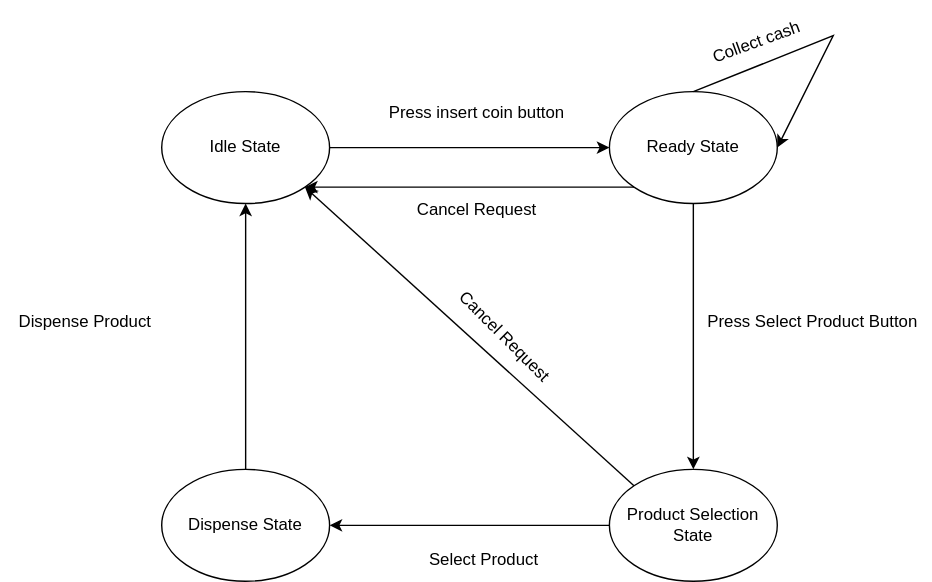
The draw.io diagram src/main/java/lld/vendingmachine/flowchart.drawio.svg in chetansj27/design-patterns-code, before a commit. Source tidied: cells renumbered, new cells last; positions are measured from the earlier drawing's top-left corner, leaving out a move shared by most shapes. Its diagram source:
```xml
<mxGraphModel>
  <root>
    <mxCell id="0" />
    <mxCell id="1" parent="0" />
    <mxCell id="2" value="Idle State" style="ellipse;whiteSpace=wrap;html=1;" parent="1" vertex="1">
      <mxGeometry x="115" y="50" width="120" height="80" as="geometry" />
    </mxCell>
    <mxCell id="3" value="Ready State" style="ellipse;whiteSpace=wrap;html=1;" parent="1" vertex="1">
      <mxGeometry x="435" y="50" width="120" height="80" as="geometry" />
    </mxCell>
    <mxCell id="4" value="Dispense State" style="ellipse;whiteSpace=wrap;html=1;" parent="1" vertex="1">
      <mxGeometry x="115" y="320" width="120" height="80" as="geometry" />
    </mxCell>
    <mxCell id="5" value="Product Selection State" style="ellipse;whiteSpace=wrap;html=1;" parent="1" vertex="1">
      <mxGeometry x="435" y="320" width="120" height="80" as="geometry" />
    </mxCell>
    <mxCell id="6" style="endArrow=classic;html=1;rounded=0;exitX=1;exitY=0.5;exitDx=0;exitDy=0;entryX=0;entryY=0.5;entryDx=0;entryDy=0;" parent="1" edge="1" source="2" target="3">
      <mxGeometry relative="1" as="geometry" />
    </mxCell>
    <mxCell id="7" style="endArrow=classic;html=1;rounded=0;exitX=0;exitY=0.5;exitDx=0;exitDy=0;entryX=1;entryY=0.5;entryDx=0;entryDy=0;" parent="1" edge="1" source="5" target="4">
      <mxGeometry relative="1" as="geometry" />
    </mxCell>
    <mxCell id="8" style="endArrow=classic;html=1;rounded=0;exitX=0.5;exitY=1;exitDx=0;exitDy=0;entryX=0.5;entryY=0;entryDx=0;entryDy=0;" parent="1" edge="1" source="3" target="5">
      <mxGeometry relative="1" as="geometry" />
    </mxCell>
    <mxCell id="9" style="endArrow=classic;html=1;rounded=0;exitX=0.5;exitY=0;exitDx=0;exitDy=0;entryX=0.5;entryY=1;entryDx=0;entryDy=0;" parent="1" edge="1" source="4" target="2">
      <mxGeometry relative="1" as="geometry" />
    </mxCell>
    <mxCell id="10" value="Press insert coin button" style="text;html=1;align=center;verticalAlign=middle;strokeColor=none;fillColor=none;" parent="1" vertex="1">
      <mxGeometry x="265" y="50" width="150" height="30" as="geometry" />
    </mxCell>
    <mxCell id="11" style="endArrow=classic;html=1;rounded=0;entryX=1;entryY=1;entryDx=0;entryDy=0;exitX=0;exitY=1;exitDx=0;exitDy=0;" parent="1" edge="1" source="3" target="2">
      <mxGeometry relative="1" as="geometry" />
    </mxCell>
    <mxCell id="12" value="Cancel Request" style="text;html=1;align=center;verticalAlign=middle;strokeColor=none;fillColor=none;" parent="1" vertex="1">
      <mxGeometry x="285" y="120" width="110" height="30" as="geometry" />
    </mxCell>
    <mxCell id="13" style="endArrow=classic;html=1;rounded=0;exitX=0.5;exitY=0;exitDx=0;exitDy=0;entryX=1;entryY=0.5;entryDx=0;entryDy=0;" parent="1" edge="1" source="3" target="3">
      <mxGeometry relative="1" as="geometry">
        <Array as="points">
          <mxPoint x="595" y="10" />
        </Array>
      </mxGeometry>
    </mxCell>
    <mxCell id="14" value="Collect cash" style="text;html=1;align=center;verticalAlign=middle;strokeColor=none;fillColor=none;rotation=-20;" parent="1" vertex="1">
      <mxGeometry x="495" width="90" height="30" as="geometry" />
    </mxCell>
    <mxCell id="15" value="Press Select Product Button" style="text;html=1;align=center;verticalAlign=middle;strokeColor=none;fillColor=none;" parent="1" vertex="1">
      <mxGeometry x="495" y="200" width="170" height="30" as="geometry" />
    </mxCell>
    <mxCell id="16" style="endArrow=classic;html=1;rounded=0;exitX=0;exitY=0;exitDx=0;exitDy=0;entryX=1;entryY=1;entryDx=0;entryDy=0;" parent="1" edge="1" source="5" target="2">
      <mxGeometry relative="1" as="geometry" />
    </mxCell>
    <mxCell id="17" value="Cancel Request" style="text;html=1;align=center;verticalAlign=middle;strokeColor=none;fillColor=none;rotation=45;" parent="1" vertex="1">
      <mxGeometry x="305" y="210" width="110" height="30" as="geometry" />
    </mxCell>
    <mxCell id="18" value="Select Product" style="text;html=1;align=center;verticalAlign=middle;strokeColor=none;fillColor=none;" parent="1" vertex="1">
      <mxGeometry x="295" y="370" width="100" height="30" as="geometry" />
    </mxCell>
    <mxCell id="19" value="Dispense Product" style="text;html=1;align=center;verticalAlign=middle;strokeColor=none;fillColor=none;" parent="1" vertex="1">
      <mxGeometry y="200" width="120" height="30" as="geometry" />
    </mxCell>
  </root>
</mxGraphModel>
```
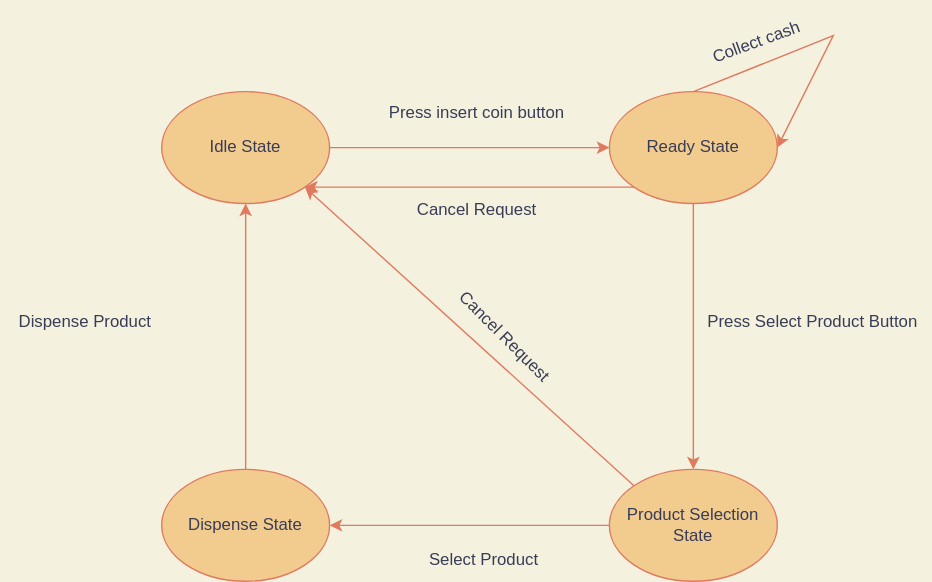
The same file after the commit.

Commit message:
vending machine

Diff of the diagram source:
```diff
@@ -1,63 +1,63 @@
-<mxGraphModel>
+<mxGraphModel background="#F4F1DE">
   <root>
     <mxCell id="0" />
     <mxCell id="1" parent="0" />
-    <mxCell id="2" value="Idle State" style="ellipse;whiteSpace=wrap;html=1;" parent="1" vertex="1">
+    <mxCell id="2" value="Idle State" style="ellipse;whiteSpace=wrap;html=1;fillColor=#F2CC8F;strokeColor=#E07A5F;fontColor=#393C56;" parent="1" vertex="1">
       <mxGeometry x="115" y="50" width="120" height="80" as="geometry" />
     </mxCell>
-    <mxCell id="3" value="Ready State" style="ellipse;whiteSpace=wrap;html=1;" parent="1" vertex="1">
+    <mxCell id="3" value="Ready State" style="ellipse;whiteSpace=wrap;html=1;fillColor=#F2CC8F;strokeColor=#E07A5F;fontColor=#393C56;" parent="1" vertex="1">
       <mxGeometry x="435" y="50" width="120" height="80" as="geometry" />
     </mxCell>
-    <mxCell id="4" value="Dispense State" style="ellipse;whiteSpace=wrap;html=1;" parent="1" vertex="1">
+    <mxCell id="4" value="Dispense State" style="ellipse;whiteSpace=wrap;html=1;fillColor=#F2CC8F;strokeColor=#E07A5F;fontColor=#393C56;" parent="1" vertex="1">
       <mxGeometry x="115" y="320" width="120" height="80" as="geometry" />
     </mxCell>
-    <mxCell id="5" value="Product Selection State" style="ellipse;whiteSpace=wrap;html=1;" parent="1" vertex="1">
+    <mxCell id="5" value="Product Selection State" style="ellipse;whiteSpace=wrap;html=1;fillColor=#F2CC8F;strokeColor=#E07A5F;fontColor=#393C56;" parent="1" vertex="1">
       <mxGeometry x="435" y="320" width="120" height="80" as="geometry" />
     </mxCell>
-    <mxCell id="6" style="endArrow=classic;html=1;rounded=0;exitX=1;exitY=0.5;exitDx=0;exitDy=0;entryX=0;entryY=0.5;entryDx=0;entryDy=0;" parent="1" edge="1" source="2" target="3">
+    <mxCell id="6" style="endArrow=classic;html=1;rounded=0;exitX=1;exitY=0.5;exitDx=0;exitDy=0;entryX=0;entryY=0.5;entryDx=0;entryDy=0;labelBackgroundColor=#F4F1DE;strokeColor=#E07A5F;fontColor=#393C56;" parent="1" edge="1" source="2" target="3">
       <mxGeometry relative="1" as="geometry" />
     </mxCell>
-    <mxCell id="7" style="endArrow=classic;html=1;rounded=0;exitX=0;exitY=0.5;exitDx=0;exitDy=0;entryX=1;entryY=0.5;entryDx=0;entryDy=0;" parent="1" edge="1" source="5" target="4">
+    <mxCell id="7" style="endArrow=classic;html=1;rounded=0;exitX=0;exitY=0.5;exitDx=0;exitDy=0;entryX=1;entryY=0.5;entryDx=0;entryDy=0;labelBackgroundColor=#F4F1DE;strokeColor=#E07A5F;fontColor=#393C56;" parent="1" edge="1" source="5" target="4">
       <mxGeometry relative="1" as="geometry" />
     </mxCell>
-    <mxCell id="8" style="endArrow=classic;html=1;rounded=0;exitX=0.5;exitY=1;exitDx=0;exitDy=0;entryX=0.5;entryY=0;entryDx=0;entryDy=0;" parent="1" edge="1" source="3" target="5">
+    <mxCell id="8" style="endArrow=classic;html=1;rounded=0;exitX=0.5;exitY=1;exitDx=0;exitDy=0;entryX=0.5;entryY=0;entryDx=0;entryDy=0;labelBackgroundColor=#F4F1DE;strokeColor=#E07A5F;fontColor=#393C56;" parent="1" edge="1" source="3" target="5">
       <mxGeometry relative="1" as="geometry" />
     </mxCell>
-    <mxCell id="9" style="endArrow=classic;html=1;rounded=0;exitX=0.5;exitY=0;exitDx=0;exitDy=0;entryX=0.5;entryY=1;entryDx=0;entryDy=0;" parent="1" edge="1" source="4" target="2">
+    <mxCell id="9" style="endArrow=classic;html=1;rounded=0;exitX=0.5;exitY=0;exitDx=0;exitDy=0;entryX=0.5;entryY=1;entryDx=0;entryDy=0;labelBackgroundColor=#F4F1DE;strokeColor=#E07A5F;fontColor=#393C56;" parent="1" edge="1" source="4" target="2">
       <mxGeometry relative="1" as="geometry" />
     </mxCell>
-    <mxCell id="10" value="Press insert coin button" style="text;html=1;align=center;verticalAlign=middle;strokeColor=none;fillColor=none;" parent="1" vertex="1">
+    <mxCell id="10" value="Press insert coin button" style="text;html=1;align=center;verticalAlign=middle;strokeColor=none;fillColor=none;fontColor=#393C56;" parent="1" vertex="1">
       <mxGeometry x="265" y="50" width="150" height="30" as="geometry" />
     </mxCell>
-    <mxCell id="11" style="endArrow=classic;html=1;rounded=0;entryX=1;entryY=1;entryDx=0;entryDy=0;exitX=0;exitY=1;exitDx=0;exitDy=0;" parent="1" edge="1" source="3" target="2">
+    <mxCell id="11" style="endArrow=classic;html=1;rounded=0;entryX=1;entryY=1;entryDx=0;entryDy=0;exitX=0;exitY=1;exitDx=0;exitDy=0;labelBackgroundColor=#F4F1DE;strokeColor=#E07A5F;fontColor=#393C56;" parent="1" edge="1" source="3" target="2">
       <mxGeometry relative="1" as="geometry" />
     </mxCell>
-    <mxCell id="12" value="Cancel Request" style="text;html=1;align=center;verticalAlign=middle;strokeColor=none;fillColor=none;" parent="1" vertex="1">
+    <mxCell id="12" value="Cancel Request" style="text;html=1;align=center;verticalAlign=middle;strokeColor=none;fillColor=none;fontColor=#393C56;" parent="1" vertex="1">
       <mxGeometry x="285" y="120" width="110" height="30" as="geometry" />
     </mxCell>
-    <mxCell id="13" style="endArrow=classic;html=1;rounded=0;exitX=0.5;exitY=0;exitDx=0;exitDy=0;entryX=1;entryY=0.5;entryDx=0;entryDy=0;" parent="1" edge="1" source="3" target="3">
+    <mxCell id="13" style="endArrow=classic;html=1;rounded=0;exitX=0.5;exitY=0;exitDx=0;exitDy=0;entryX=1;entryY=0.5;entryDx=0;entryDy=0;labelBackgroundColor=#F4F1DE;strokeColor=#E07A5F;fontColor=#393C56;" parent="1" edge="1" source="3" target="3">
       <mxGeometry relative="1" as="geometry">
         <Array as="points">
           <mxPoint x="595" y="10" />
         </Array>
       </mxGeometry>
     </mxCell>
-    <mxCell id="14" value="Collect cash" style="text;html=1;align=center;verticalAlign=middle;strokeColor=none;fillColor=none;rotation=-20;" parent="1" vertex="1">
+    <mxCell id="14" value="Collect cash" style="text;html=1;align=center;verticalAlign=middle;strokeColor=none;fillColor=none;rotation=-20;fontColor=#393C56;" parent="1" vertex="1">
       <mxGeometry x="495" width="90" height="30" as="geometry" />
     </mxCell>
-    <mxCell id="15" value="Press Select Product Button" style="text;html=1;align=center;verticalAlign=middle;strokeColor=none;fillColor=none;" parent="1" vertex="1">
+    <mxCell id="15" value="Press Select Product Button" style="text;html=1;align=center;verticalAlign=middle;strokeColor=none;fillColor=none;fontColor=#393C56;" parent="1" vertex="1">
       <mxGeometry x="495" y="200" width="170" height="30" as="geometry" />
     </mxCell>
-    <mxCell id="16" style="endArrow=classic;html=1;rounded=0;exitX=0;exitY=0;exitDx=0;exitDy=0;entryX=1;entryY=1;entryDx=0;entryDy=0;" parent="1" edge="1" source="5" target="2">
+    <mxCell id="16" style="endArrow=classic;html=1;rounded=0;exitX=0;exitY=0;exitDx=0;exitDy=0;entryX=1;entryY=1;entryDx=0;entryDy=0;labelBackgroundColor=#F4F1DE;strokeColor=#E07A5F;fontColor=#393C56;" parent="1" edge="1" source="5" target="2">
       <mxGeometry relative="1" as="geometry" />
     </mxCell>
-    <mxCell id="17" value="Cancel Request" style="text;html=1;align=center;verticalAlign=middle;strokeColor=none;fillColor=none;rotation=45;" parent="1" vertex="1">
+    <mxCell id="17" value="Cancel Request" style="text;html=1;align=center;verticalAlign=middle;strokeColor=none;fillColor=none;rotation=45;fontColor=#393C56;" parent="1" vertex="1">
       <mxGeometry x="305" y="210" width="110" height="30" as="geometry" />
     </mxCell>
-    <mxCell id="18" value="Select Product" style="text;html=1;align=center;verticalAlign=middle;strokeColor=none;fillColor=none;" parent="1" vertex="1">
+    <mxCell id="18" value="Select Product" style="text;html=1;align=center;verticalAlign=middle;strokeColor=none;fillColor=none;fontColor=#393C56;" parent="1" vertex="1">
       <mxGeometry x="295" y="370" width="100" height="30" as="geometry" />
     </mxCell>
-    <mxCell id="19" value="Dispense Product" style="text;html=1;align=center;verticalAlign=middle;strokeColor=none;fillColor=none;" parent="1" vertex="1">
+    <mxCell id="19" value="Dispense Product" style="text;html=1;align=center;verticalAlign=middle;strokeColor=none;fillColor=none;fontColor=#393C56;" parent="1" vertex="1">
       <mxGeometry y="200" width="120" height="30" as="geometry" />
     </mxCell>
   </root>
```
